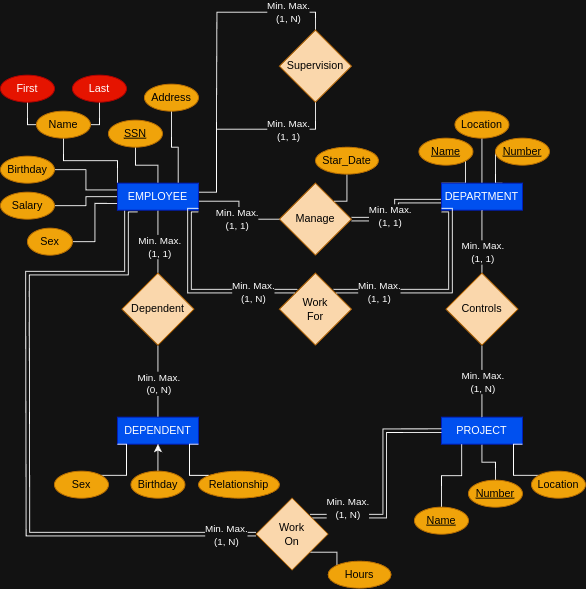
The draw.io diagram 02-Modelado-de-Base-De-Datos/Company.drawio.png in LeoYochi/Base-De-Datos-, before a commit. Source tidied: cells renumbered, new cells last; positions are measured from the earlier drawing's top-left corner, leaving out a move shared by most shapes.
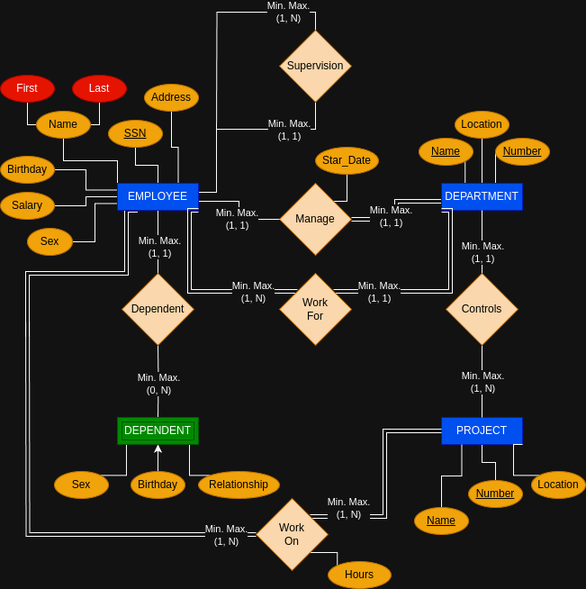
The same file after the commit.

Commit message:
Diagrama Company Actualizado

Change to the diagram source:
```diff
@@ -98,15 +98,14 @@
     <mxCell id="23" value="DEPARTMENT" style="rounded=0;whiteSpace=wrap;html=1;fillColor=#0050ef;fontColor=#ffffff;strokeColor=#001DBC;" parent="1" vertex="1">
       <mxGeometry x="490" y="170" width="90" height="30" as="geometry" />
     </mxCell>
-    <mxCell id="24" style="edgeStyle=orthogonalEdgeStyle;rounded=0;jettySize=auto;html=1;entryX=0.5;entryY=1;entryDx=0;entryDy=0;endArrow=none;startFill=0;" parent="1" edge="1" source="26" target="34">
-      <mxGeometry relative="1" as="geometry" />
+    <mxCell id="24" style="edgeStyle=orthogonalEdgeStyle;rounded=0;jettySize=auto;html=1;entryX=0.5;entryY=1;entryDx=0;entryDy=0;endArrow=none;startFill=0;" parent="1" edge="1" target="34">
+      <mxGeometry relative="1" as="geometry">
+        <mxPoint x="175" y="430" as="sourcePoint" />
+      </mxGeometry>
     </mxCell>
     <mxCell id="25" value="Min. Max.&lt;div&gt;(0, N)&lt;/div&gt;" style="edgeLabel;html=1;align=center;verticalAlign=middle;" parent="24" vertex="1">
       <mxGeometry x="-0.05" relative="1" as="geometry" />
     </mxCell>
-    <mxCell id="26" value="DEPENDENT" style="rounded=0;whiteSpace=wrap;html=1;fillColor=#0050ef;fontColor=#ffffff;strokeColor=#001DBC;" parent="1" vertex="1">
-      <mxGeometry x="130" y="430" width="90" height="30" as="geometry" />
-    </mxCell>
     <mxCell id="27" style="edgeStyle=orthogonalEdgeStyle;rounded=0;jettySize=auto;html=1;exitX=0.5;exitY=1;exitDx=0;exitDy=0;entryX=0.5;entryY=0;entryDx=0;entryDy=0;endArrow=none;startFill=0;" parent="1" edge="1" source="28" target="66">
       <mxGeometry relative="1" as="geometry" />
     </mxCell>
@@ -217,8 +216,9 @@
     <mxCell id="56" value="Work&lt;div&gt;For&lt;/div&gt;" style="rhombus;whiteSpace=wrap;html=1;fillColor=#fad7ac;strokeColor=#b46504;fontColor=#000000;" parent="1" vertex="1">
       <mxGeometry x="310" y="270" width="80" height="80" as="geometry" />
     </mxCell>
-    <mxCell id="57" style="edgeStyle=orthogonalEdgeStyle;rounded=0;jettySize=auto;html=1;exitX=1;exitY=0;exitDx=0;exitDy=0;entryX=0;entryY=1;entryDx=0;entryDy=0;endArrow=none;startFill=0;" parent="1" edge="1" source="58" target="26">
+    <mxCell id="57" style="edgeStyle=orthogonalEdgeStyle;rounded=0;jettySize=auto;html=1;exitX=1;exitY=0;exitDx=0;exitDy=0;entryX=0;entryY=1;entryDx=0;entryDy=0;endArrow=none;startFill=0;" parent="1" edge="1" source="58">
       <mxGeometry relative="1" as="geometry">
+        <mxPoint x="130" y="460" as="targetPoint" />
         <Array as="points">
           <mxPoint x="140" y="495" />
           <mxPoint x="140" y="460" />
@@ -228,17 +228,22 @@
     <mxCell id="58" value="Sex" style="ellipse;whiteSpace=wrap;html=1;fillColor=#f0a30a;fontColor=#000000;strokeColor=#BD7000;" parent="1" vertex="1">
       <mxGeometry x="60" y="490" width="60" height="30" as="geometry" />
     </mxCell>
-    <mxCell id="59" style="edgeStyle=orthogonalEdgeStyle;rounded=0;jettySize=auto;html=1;exitX=0.5;exitY=0;exitDx=0;exitDy=0;entryX=0.5;entryY=1;entryDx=0;entryDy=0;endArrow=none;startFill=0;" parent="1" edge="1" source="61" target="26">
-      <mxGeometry relative="1" as="geometry" />
+    <mxCell id="59" style="edgeStyle=orthogonalEdgeStyle;rounded=0;jettySize=auto;html=1;exitX=0.5;exitY=0;exitDx=0;exitDy=0;entryX=0.5;entryY=1;entryDx=0;entryDy=0;endArrow=none;startFill=0;" parent="1" edge="1" source="61">
+      <mxGeometry relative="1" as="geometry">
+        <mxPoint x="175" y="460" as="targetPoint" />
+      </mxGeometry>
     </mxCell>
-    <mxCell id="60" style="edgeStyle=orthogonalEdgeStyle;rounded=0;jettySize=auto;html=1;" parent="1" edge="1" source="61" target="26">
-      <mxGeometry relative="1" as="geometry" />
+    <mxCell id="60" style="edgeStyle=orthogonalEdgeStyle;rounded=0;jettySize=auto;html=1;" parent="1" edge="1" source="61">
+      <mxGeometry relative="1" as="geometry">
+        <mxPoint x="175" y="460" as="targetPoint" />
+      </mxGeometry>
     </mxCell>
     <mxCell id="61" value="Birthday" style="ellipse;whiteSpace=wrap;html=1;fillColor=#f0a30a;fontColor=#000000;strokeColor=#BD7000;" parent="1" vertex="1">
       <mxGeometry x="145" y="490" width="60" height="30" as="geometry" />
     </mxCell>
-    <mxCell id="62" style="edgeStyle=orthogonalEdgeStyle;rounded=0;jettySize=auto;html=1;exitX=0;exitY=0;exitDx=0;exitDy=0;entryX=1;entryY=1;entryDx=0;entryDy=0;endArrow=none;startFill=0;" parent="1" edge="1" source="63" target="26">
+    <mxCell id="62" style="edgeStyle=orthogonalEdgeStyle;rounded=0;jettySize=auto;html=1;exitX=0;exitY=0;exitDx=0;exitDy=0;entryX=1;entryY=1;entryDx=0;entryDy=0;endArrow=none;startFill=0;" parent="1" edge="1" source="63">
       <mxGeometry relative="1" as="geometry">
+        <mxPoint x="220" y="460" as="targetPoint" />
         <Array as="points">
           <mxPoint x="210" y="495" />
           <mxPoint x="210" y="460" />
@@ -295,5 +300,8 @@
     <mxCell id="75" value="Hours" style="ellipse;whiteSpace=wrap;html=1;fillColor=#f0a30a;fontColor=#000000;strokeColor=#BD7000;" parent="1" vertex="1">
       <mxGeometry x="364" y="590" width="70" height="30" as="geometry" />
     </mxCell>
+    <mxCell id="26" value="DEPENDENT" style="shape=ext;margin=3;double=1;whiteSpace=wrap;html=1;align=center;fillColor=#008a00;fontColor=#ffffff;strokeColor=#005700;" parent="1" vertex="1">
+      <mxGeometry x="130" y="430" width="90" height="30" as="geometry" />
+    </mxCell>
   </root>
 </mxGraphModel>
```
